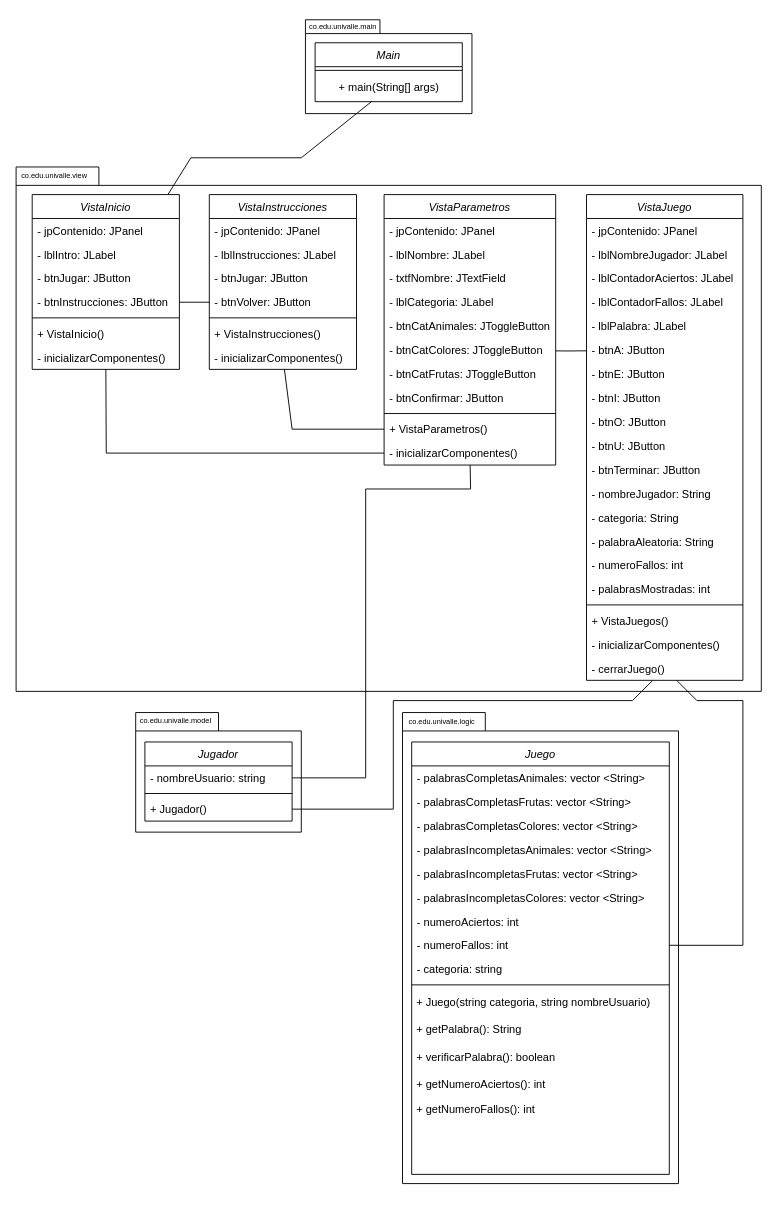
Before: Diagrama de Clases MiniProyecto1.drawio in puyojulian/MiniProyecto1FPOE, a draw.io diagram. Source tidied: cells renumbered, new cells numbered last; positions are measured from the earlier drawing's top-left corner, leaving out a move shared by most shapes. Both pictures are drawn from the tidied source at 92%, with x=0, y=0 at pixel (16, 16).
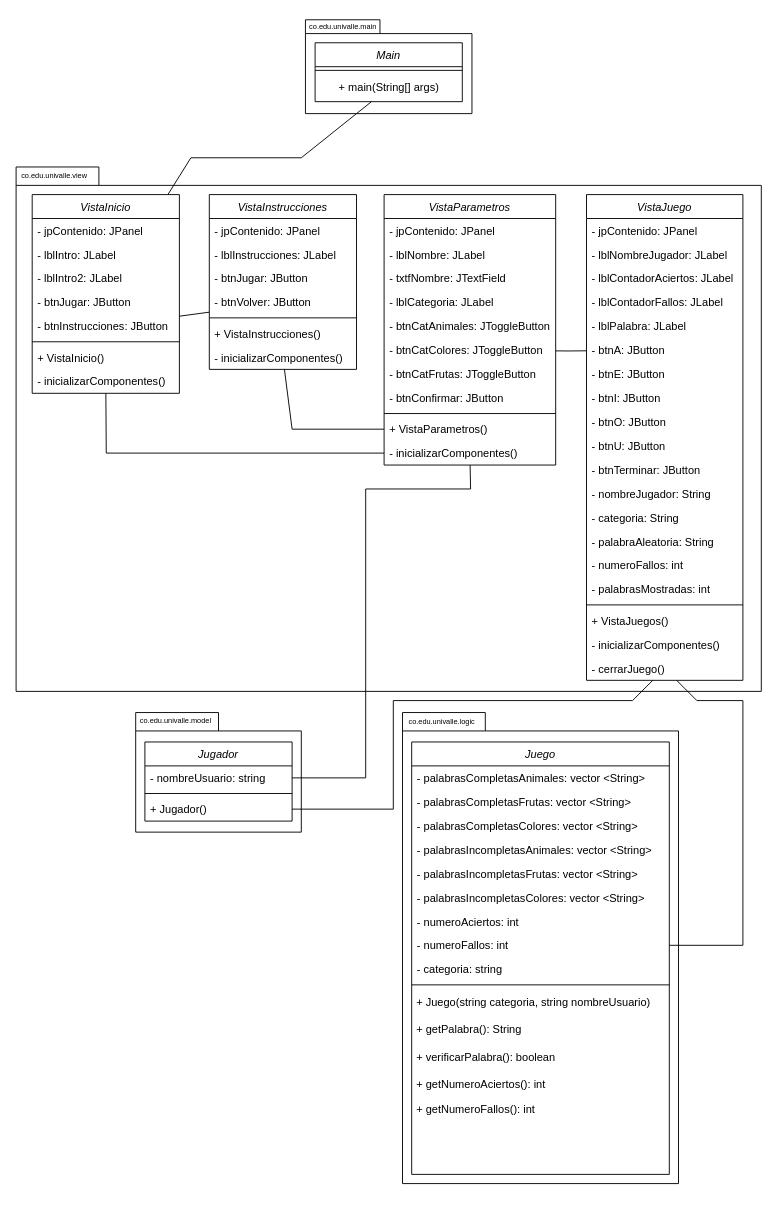
Above is the later version.

Commit message:
Update Diagrama de Clases MiniProyecto1 lblIntro2 agregado a VistaInicio

Change to the diagram source:
```diff
@@
     <mxCell id="36" value="VistaInicio" style="swimlane;fontStyle=2;align=center;verticalAlign=top;horizontal=1;startSize=26;rounded=0;shadow=0;strokeWidth=1;" parent="1" vertex="1">
-      <mxGeometry x="17.5" y="194" width="160" height="190" as="geometry" />
+      <mxGeometry x="17.5" y="194" width="160" height="216" as="geometry" />
     </mxCell>
@@
+    <mxCell id="91" value="- lblIntro2: JLabel" style="text;align=left;verticalAlign=top;spacingLeft=4;spacingRight=4;overflow=hidden;" parent="36" vertex="1">
+      <mxGeometry y="78" width="160" height="26" as="geometry" />
+    </mxCell>
     <mxCell id="39" value="- btnJugar: JButton" style="text;align=left;verticalAlign=top;spacingLeft=4;spacingRight=4;overflow=hidden;rounded=0;shadow=0;html=0;" parent="36" vertex="1">
-      <mxGeometry y="78" width="160" height="26" as="geometry" />
+      <mxGeometry y="104" width="160" height="26" as="geometry" />
     </mxCell>
     <mxCell id="40" value="- btnInstrucciones: JButton" style="text;align=left;verticalAlign=top;spacingLeft=4;spacingRight=4;overflow=hidden;points=[[0,0.5],[1,0.5]];portConstraint=eastwest;rounded=0;shadow=0;html=0;" parent="36" vertex="1">
-      <mxGeometry y="104" width="160" height="26" as="geometry" />
+      <mxGeometry y="130" width="160" height="26" as="geometry" />
     </mxCell>
     <mxCell id="41" style="line;html=1;strokeWidth=1;align=left;verticalAlign=middle;spacingTop=-1;spacingLeft=3;spacingRight=3;labelPosition=right;" parent="36" vertex="1">
-      <mxGeometry y="130" width="160" height="8" as="geometry" />
+      <mxGeometry y="156" width="160" height="8" as="geometry" />
     </mxCell>
     <mxCell id="42" value="+ VistaInicio()" style="text;align=left;verticalAlign=top;spacingLeft=4;spacingRight=4;overflow=hidden;" parent="36" vertex="1">
-      <mxGeometry y="138" width="160" height="26" as="geometry" />
+      <mxGeometry y="164" width="160" height="26" as="geometry" />
     </mxCell>
     <mxCell id="43" value="- inicializarComponentes()" style="text;align=left;verticalAlign=top;spacingLeft=4;spacingRight=4;overflow=hidden;points=[[0,0.5],[1,0.5]];portConstraint=eastwest;" parent="36" vertex="1">
-      <mxGeometry y="164" width="160" height="26" as="geometry" />
+      <mxGeometry y="190" width="160" height="26" as="geometry" />
     </mxCell>
```
